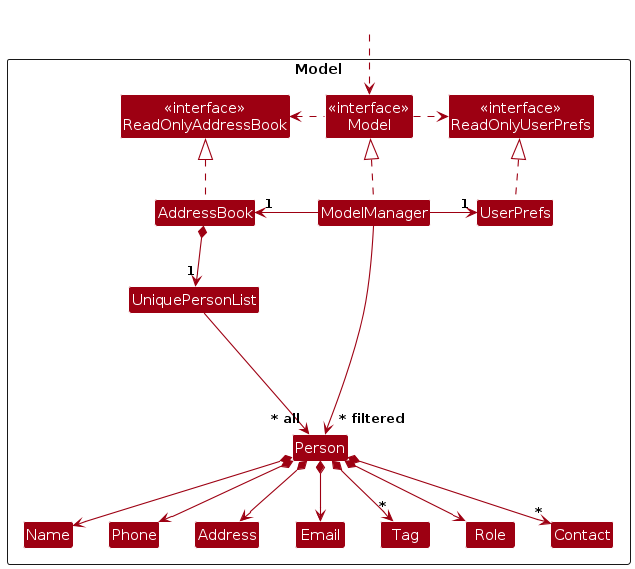
This is diagrams/ModelClassDiagram.png from AY2425S2-CS2103-F09-3/tp, a PlantUML export, as it was before one commit. Its source is kept beside it as diagrams/ModelClassDiagram.puml.
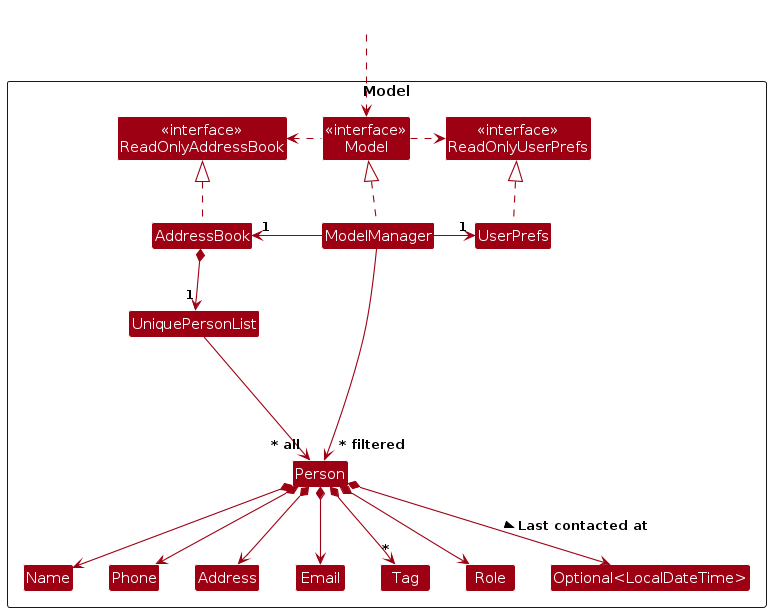
Later version of the same file.

The edit, as a diff of the source:
```diff
@@ -20,7 +20,7 @@
 Class Phone
 Class Tag
 Class Role
-Class Contact
+Class "Optional<LocalDateTime>"
 
 Class I #FFFFFF
 }
@@ -45,8 +45,7 @@
 Person *--> Address
 Person *--> Role
 Person *--> "*" Tag
-Person *--> "*" Contact
-
+Person *--> "Optional<LocalDateTime>": Last contacted at >
 Person -[hidden]up--> I
 UniquePersonList -[hidden]right-> I
 
```
